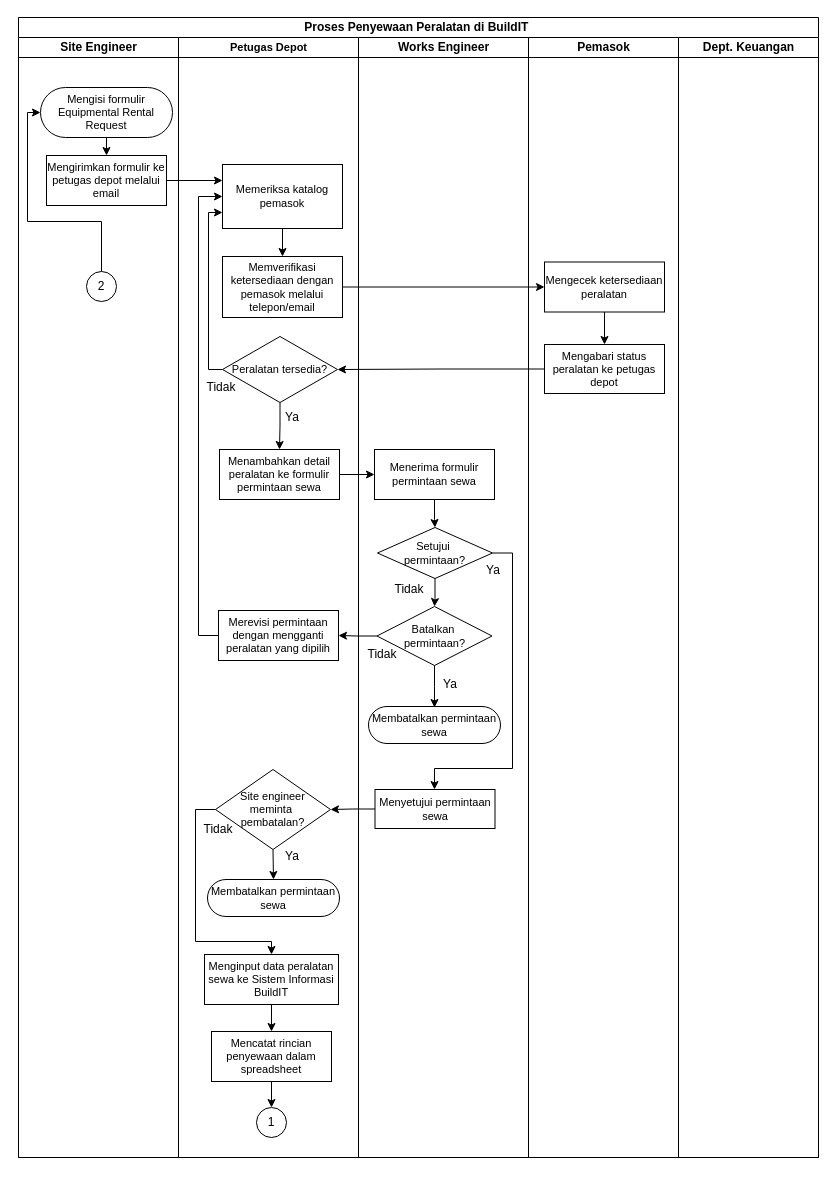
Before: page "Page-1" (1 of 3) of TI-BPM-SIPA.drawio in MHibriziF/SIPA, a draw.io diagram. Source tidied: cells renumbered, new cells numbered last; positions are measured from the earlier drawing's top-left corner, leaving out a move shared by most shapes. Both pictures are drawn from the tidied source at 100%, with x=0, y=0 at pixel (18, 17).
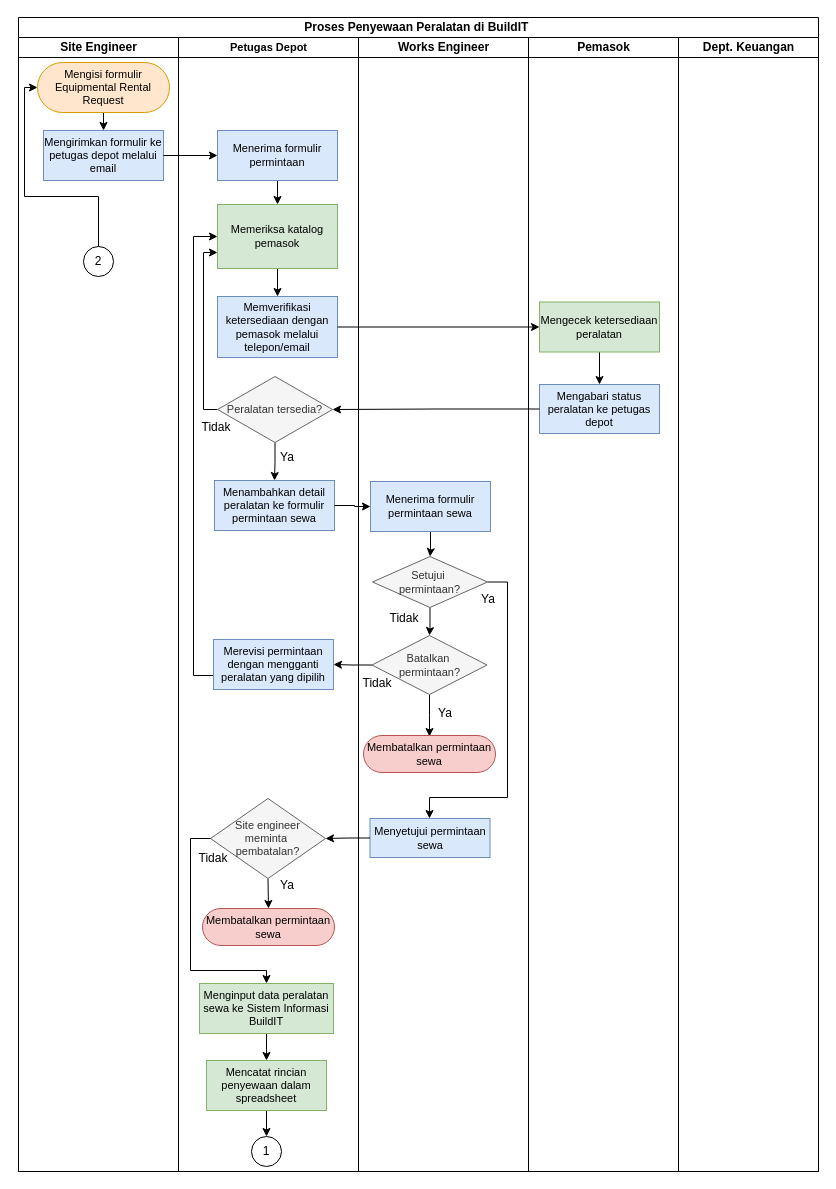
The same page after the edit.

The edit, as a diff of the source:
```diff
@@
     <mxCell id="2" value="Proses Penyewaan Peralatan di BuildIT&amp;nbsp;" style="swimlane;html=1;startSize=20;whiteSpace=wrap;gradientColor=none;" parent="1" vertex="1">
-      <mxGeometry width="800" height="1140" as="geometry" />
+      <mxGeometry width="800" height="1154" as="geometry" />
     </mxCell>
     <mxCell id="3" value="Site Engineer" style="swimlane;html=1;startSize=20;labelBorderColor=none;labelBackgroundColor=none;textShadow=0;fontColor=default;" parent="2" vertex="1">
-      <mxGeometry y="20" width="160" height="1120" as="geometry" />
+      <mxGeometry y="20" width="160" height="1134" as="geometry" />
     </mxCell>
@@
-    <mxCell id="5" value="Mengisi formulir Equipmental Rental Request" style="rounded=1;whiteSpace=wrap;html=1;arcSize=50;fontSize=11;" parent="3" vertex="1">
-      <mxGeometry x="22" y="50" width="132" height="50" as="geometry" />
+    <mxCell id="5" value="Mengisi formulir Equipmental Rental Request" style="rounded=1;whiteSpace=wrap;html=1;arcSize=50;fontSize=11;fillColor=#ffe6cc;strokeColor=#d79b00;" parent="3" vertex="1">
+      <mxGeometry x="19" y="25" width="132" height="50" as="geometry" />
     </mxCell>
-    <mxCell id="6" value="Mengirimkan formulir ke petugas depot melalui email" style="rounded=0;whiteSpace=wrap;html=1;fontSize=11;" parent="3" vertex="1">
-      <mxGeometry x="28" y="118" width="120" height="50" as="geometry" />
+    <mxCell id="6" value="Mengirimkan formulir ke petugas depot melalui email" style="rounded=0;whiteSpace=wrap;html=1;fontSize=11;fillColor=#dae8fc;strokeColor=#6c8ebf;" parent="3" vertex="1">
+      <mxGeometry x="25" y="93" width="120" height="50" as="geometry" />
     </mxCell>
     <mxCell id="7" style="edgeStyle=orthogonalEdgeStyle;rounded=0;jettySize=auto;html=1;exitX=0.5;exitY=0;exitDx=0;exitDy=0;entryX=0;entryY=0.5;entryDx=0;entryDy=0;" parent="3" edge="1" source="8" target="5">
       <mxGeometry relative="1" as="geometry">
         <Array as="points">
-          <mxPoint x="83" y="184" />
-          <mxPoint x="9" y="184" />
-          <mxPoint x="9" y="75" />
+          <mxPoint x="80" y="159" />
+          <mxPoint x="6" y="159" />
+          <mxPoint x="6" y="50" />
         </Array>
       </mxGeometry>
     </mxCell>
     <mxCell id="8" value="2" style="ellipse;whiteSpace=wrap;html=1;" parent="3" vertex="1">
-      <mxGeometry x="68" y="234" width="30" height="30" as="geometry" />
+      <mxGeometry x="65" y="209" width="30" height="30" as="geometry" />
     </mxCell>
     <mxCell id="9" value="Petugas Depot" style="swimlane;html=1;startSize=20;fontSize=11;" parent="2" vertex="1">
-      <mxGeometry x="160" y="20" width="180" height="1120" as="geometry" />
+      <mxGeometry x="160" y="20" width="180" height="1134" as="geometry" />
     </mxCell>
@@
-    <mxCell id="11" value="Memeriksa katalog pemasok " style="rounded=0;whiteSpace=wrap;html=1;fontSize=11;" parent="9" vertex="1">
-      <mxGeometry x="44" y="127" width="120" height="64" as="geometry" />
+    <mxCell id="11" value="Memeriksa katalog pemasok " style="rounded=0;whiteSpace=wrap;html=1;fontSize=11;fillColor=#d5e8d4;strokeColor=#82b366;" parent="9" vertex="1">
+      <mxGeometry x="39" y="167" width="120" height="64" as="geometry" />
     </mxCell>
-    <mxCell id="12" value="Memverifikasi ketersediaan dengan pemasok melalui telepon/email" style="rounded=0;whiteSpace=wrap;html=1;fontSize=11;" parent="9" vertex="1">
-      <mxGeometry x="44" y="219" width="120" height="61" as="geometry" />
+    <mxCell id="12" value="Memverifikasi ketersediaan dengan pemasok melalui telepon/email" style="rounded=0;whiteSpace=wrap;html=1;fontSize=11;fillColor=#dae8fc;strokeColor=#6c8ebf;" parent="9" vertex="1">
+      <mxGeometry x="39" y="259" width="120" height="61" as="geometry" />
     </mxCell>
@@
     <mxCell id="14" style="edgeStyle=orthogonalEdgeStyle;rounded=0;jettySize=auto;html=1;exitX=0;exitY=0.5;exitDx=0;exitDy=0;entryX=0;entryY=0.75;entryDx=0;entryDy=0;" parent="9" edge="1" source="15" target="11">
       <mxGeometry relative="1" as="geometry">
         <Array as="points">
-          <mxPoint x="30" y="332" />
-          <mxPoint x="30" y="175" />
+          <mxPoint x="25" y="372" />
+          <mxPoint x="25" y="215" />
         </Array>
       </mxGeometry>
     </mxCell>
-    <mxCell id="15" value="Peralatan tersedia?" style="rhombus;whiteSpace=wrap;html=1;fontSize=11;" parent="9" vertex="1">
-      <mxGeometry x="44" y="299" width="115" height="66" as="geometry" />
+    <mxCell id="15" value="Peralatan tersedia?" style="rhombus;whiteSpace=wrap;html=1;fontSize=11;fillColor=#f5f5f5;fontColor=#333333;strokeColor=#666666;" parent="9" vertex="1">
+      <mxGeometry x="39" y="339" width="115" height="66" as="geometry" />
     </mxCell>
     <mxCell id="16" value="Tidak" style="text;html=1;align=center;verticalAlign=middle;whiteSpace=wrap;rounded=0;" parent="9" vertex="1">
-      <mxGeometry x="13" y="335" width="60" height="30" as="geometry" />
+      <mxGeometry x="8" y="375" width="60" height="30" as="geometry" />
     </mxCell>
-    <mxCell id="17" value="Menambahkan detail peralatan ke formulir permintaan sewa" style="rounded=0;whiteSpace=wrap;html=1;fontSize=11;" parent="9" vertex="1">
-      <mxGeometry x="41" y="412" width="120" height="50" as="geometry" />
+    <mxCell id="17" value="Menambahkan detail peralatan ke formulir permintaan sewa" style="rounded=0;whiteSpace=wrap;html=1;fontSize=11;fillColor=#dae8fc;strokeColor=#6c8ebf;" parent="9" vertex="1">
+      <mxGeometry x="36" y="443" width="120" height="50" as="geometry" />
     </mxCell>
     <mxCell id="18" value="Ya" style="text;html=1;align=center;verticalAlign=middle;whiteSpace=wrap;rounded=0;" parent="9" vertex="1">
-      <mxGeometry x="84" y="365" width="60" height="30" as="geometry" />
+      <mxGeometry x="79" y="405" width="60" height="30" as="geometry" />
     </mxCell>
     <mxCell id="19" style="edgeStyle=orthogonalEdgeStyle;rounded=0;jettySize=auto;html=1;exitX=0;exitY=0.5;exitDx=0;exitDy=0;entryX=0;entryY=0.5;entryDx=0;entryDy=0;" parent="9" edge="1" source="20" target="11">
       <mxGeometry relative="1" as="geometry">
         <Array as="points">
-          <mxPoint x="20" y="598" />
-          <mxPoint x="20" y="159" />
+          <mxPoint x="15" y="638" />
+          <mxPoint x="15" y="199" />
         </Array>
       </mxGeometry>
     </mxCell>
-    <mxCell id="20" value="Merevisi permintaan dengan mengganti peralatan yang dipilih" style="rounded=0;whiteSpace=wrap;html=1;fontSize=11;" parent="9" vertex="1">
-      <mxGeometry x="40" y="573" width="120" height="50" as="geometry" />
+    <mxCell id="20" value="Merevisi permintaan dengan mengganti peralatan yang dipilih" style="rounded=0;whiteSpace=wrap;html=1;fontSize=11;fillColor=#dae8fc;strokeColor=#6c8ebf;" parent="9" vertex="1">
+      <mxGeometry x="35" y="602" width="120" height="50" as="geometry" />
     </mxCell>
@@
-    <mxCell id="22" value="Site engineer&lt;div&gt;meminta&amp;nbsp;&lt;/div&gt;&lt;div&gt;pembatalan?&lt;/div&gt;" style="rhombus;whiteSpace=wrap;html=1;fontSize=11;" parent="9" vertex="1">
-      <mxGeometry x="37" y="732" width="115" height="80" as="geometry" />
+    <mxCell id="22" value="Site engineer&lt;div&gt;meminta&amp;nbsp;&lt;/div&gt;&lt;div&gt;pembatalan?&lt;/div&gt;" style="rhombus;whiteSpace=wrap;html=1;fontSize=11;fillColor=#f5f5f5;fontColor=#333333;strokeColor=#666666;" parent="9" vertex="1">
+      <mxGeometry x="32" y="761" width="115" height="80" as="geometry" />
     </mxCell>
-    <mxCell id="23" value="Membatalkan permintaan sewa" style="rounded=1;whiteSpace=wrap;html=1;arcSize=50;fontSize=11;" parent="9" vertex="1">
-      <mxGeometry x="29" y="842" width="132" height="37" as="geometry" />
+    <mxCell id="23" value="Membatalkan permintaan sewa" style="rounded=1;whiteSpace=wrap;html=1;arcSize=50;fontSize=11;fillColor=#f8cecc;strokeColor=#b85450;" parent="9" vertex="1">
+      <mxGeometry x="24" y="871" width="132" height="37" as="geometry" />
     </mxCell>
@@
-    <mxCell id="25" value="Menginput data peralatan sewa ke Sistem Informasi BuildIT" style="rounded=0;whiteSpace=wrap;html=1;fontSize=11;" parent="9" vertex="1">
-      <mxGeometry x="26" y="917" width="134" height="50" as="geometry" />
+    <mxCell id="25" value="Menginput data peralatan sewa ke Sistem Informasi BuildIT" style="rounded=0;whiteSpace=wrap;html=1;fontSize=11;fillColor=#d5e8d4;strokeColor=#82b366;" parent="9" vertex="1">
+      <mxGeometry x="21" y="946" width="134" height="50" as="geometry" />
     </mxCell>
     <mxCell id="26" style="edgeStyle=orthogonalEdgeStyle;rounded=0;jettySize=auto;html=1;exitX=0;exitY=0.5;exitDx=0;exitDy=0;entryX=0.5;entryY=0;entryDx=0;entryDy=0;" parent="9" edge="1" source="22" target="25">
       <mxGeometry relative="1" as="geometry">
         <Array as="points">
-          <mxPoint x="17" y="772" />
-          <mxPoint x="17" y="904" />
-          <mxPoint x="93" y="904" />
+          <mxPoint x="12" y="801" />
+          <mxPoint x="12" y="933" />
+          <mxPoint x="88" y="933" />
         </Array>
       </mxGeometry>
     </mxCell>
     <mxCell id="27" value="Ya" style="text;html=1;align=center;verticalAlign=middle;whiteSpace=wrap;rounded=0;" parent="9" vertex="1">
-      <mxGeometry x="84" y="804" width="60" height="30" as="geometry" />
+      <mxGeometry x="79" y="833" width="60" height="30" as="geometry" />
     </mxCell>
     <mxCell id="28" value="Tidak" style="text;html=1;align=center;verticalAlign=middle;whiteSpace=wrap;rounded=0;" parent="9" vertex="1">
-      <mxGeometry x="10" y="777" width="60" height="30" as="geometry" />
+      <mxGeometry x="5" y="806" width="60" height="30" as="geometry" />
     </mxCell>
@@
-    <mxCell id="30" value="Mencatat rincian penyewaan dalam spreadsheet" style="rounded=0;whiteSpace=wrap;html=1;fontSize=11;" parent="9" vertex="1">
-      <mxGeometry x="33" y="994" width="120" height="50" as="geometry" />
+    <mxCell id="30" value="Mencatat rincian penyewaan dalam spreadsheet" style="rounded=0;whiteSpace=wrap;html=1;fontSize=11;fillColor=#d5e8d4;strokeColor=#82b366;" parent="9" vertex="1">
+      <mxGeometry x="28" y="1023" width="120" height="50" as="geometry" />
     </mxCell>
     <mxCell id="31" value="1" style="ellipse;whiteSpace=wrap;html=1;" parent="9" vertex="1">
-      <mxGeometry x="78" y="1070" width="30" height="30" as="geometry" />
+      <mxGeometry x="73" y="1099" width="30" height="30" as="geometry" />
     </mxCell>
+    <mxCell id="57" style="edgeStyle=orthogonalEdgeStyle;rounded=0;jettySize=auto;html=1;exitX=0.5;exitY=1;exitDx=0;exitDy=0;entryX=0.5;entryY=0;entryDx=0;entryDy=0;" parent="9" edge="1" source="58" target="11">
+      <mxGeometry relative="1" as="geometry" />
+    </mxCell>
+    <mxCell id="58" value="Menerima formulir permintaan" style="rounded=0;whiteSpace=wrap;html=1;fontSize=11;fillColor=#dae8fc;strokeColor=#6c8ebf;" parent="9" vertex="1">
+      <mxGeometry x="39" y="93" width="120" height="50" as="geometry" />
+    </mxCell>
     <mxCell id="32" value="Works Engineer" style="swimlane;html=1;startSize=20;" parent="2" vertex="1">
-      <mxGeometry x="340" y="20" width="170" height="1120" as="geometry" />
+      <mxGeometry x="340" y="20" width="170" height="1134" as="geometry" />
     </mxCell>
@@
-    <mxCell id="34" value="Menerima formulir permintaan sewa" style="rounded=0;whiteSpace=wrap;html=1;fontSize=11;" parent="32" vertex="1">
-      <mxGeometry x="16" y="412" width="120" height="50" as="geometry" />
+    <mxCell id="34" value="Menerima formulir permintaan sewa" style="rounded=0;whiteSpace=wrap;html=1;fontSize=11;fillColor=#dae8fc;strokeColor=#6c8ebf;" parent="32" vertex="1">
+      <mxGeometry x="12" y="444" width="120" height="50" as="geometry" />
     </mxCell>
@@
     <mxCell id="36" style="edgeStyle=orthogonalEdgeStyle;rounded=0;jettySize=auto;html=1;exitX=1;exitY=0.5;exitDx=0;exitDy=0;" parent="32" edge="1" source="37" target="43">
       <mxGeometry relative="1" as="geometry">
         <Array as="points">
-          <mxPoint x="154" y="515" />
-          <mxPoint x="154" y="731" />
-          <mxPoint x="76" y="731" />
+          <mxPoint x="149" y="544" />
+          <mxPoint x="149" y="760" />
+          <mxPoint x="71" y="760" />
         </Array>
       </mxGeometry>
     </mxCell>
-    <mxCell id="37" value="Setujui&amp;nbsp;&lt;div&gt;permintaan?&lt;/div&gt;" style="rhombus;whiteSpace=wrap;html=1;fontSize=11;" parent="32" vertex="1">
-      <mxGeometry x="19" y="490" width="115" height="51" as="geometry" />
+    <mxCell id="37" value="Setujui&amp;nbsp;&lt;div&gt;permintaan?&lt;/div&gt;" style="rhombus;whiteSpace=wrap;html=1;fontSize=11;fillColor=#f5f5f5;fontColor=#333333;strokeColor=#666666;" parent="32" vertex="1">
+      <mxGeometry x="14" y="519" width="115" height="51" as="geometry" />
     </mxCell>
     <mxCell id="38" style="edgeStyle=orthogonalEdgeStyle;rounded=0;jettySize=auto;html=1;" parent="32" edge="1" source="39">
       <mxGeometry relative="1" as="geometry">
-        <mxPoint x="76" y="670" as="targetPoint" />
+        <mxPoint x="71" y="699" as="targetPoint" />
       </mxGeometry>
     </mxCell>
-    <mxCell id="39" value="Batalkan&amp;nbsp;&lt;div&gt;permintaan?&lt;/div&gt;" style="rhombus;whiteSpace=wrap;html=1;fontSize=11;" parent="32" vertex="1">
-      <mxGeometry x="18.5" y="569" width="115" height="59" as="geometry" />
+    <mxCell id="39" value="Batalkan&amp;nbsp;&lt;div&gt;permintaan?&lt;/div&gt;" style="rhombus;whiteSpace=wrap;html=1;fontSize=11;fillColor=#f5f5f5;fontColor=#333333;strokeColor=#666666;" parent="32" vertex="1">
+      <mxGeometry x="13.5" y="598" width="115" height="59" as="geometry" />
     </mxCell>
-    <mxCell id="40" value="Membatalkan permintaan sewa" style="rounded=1;whiteSpace=wrap;html=1;arcSize=50;fontSize=11;" parent="32" vertex="1">
-      <mxGeometry x="10" y="669" width="132" height="37" as="geometry" />
+    <mxCell id="40" value="Membatalkan permintaan sewa" style="rounded=1;whiteSpace=wrap;html=1;arcSize=50;fontSize=11;fillColor=#f8cecc;strokeColor=#b85450;" parent="32" vertex="1">
+      <mxGeometry x="5" y="698" width="132" height="37" as="geometry" />
     </mxCell>
     <mxCell id="41" value="Ya" style="text;html=1;align=center;verticalAlign=middle;whiteSpace=wrap;rounded=0;" parent="32" vertex="1">
-      <mxGeometry x="62" y="632" width="60" height="30" as="geometry" />
+      <mxGeometry x="57" y="661" width="60" height="30" as="geometry" />
     </mxCell>
     <mxCell id="42" value="Tidak" style="text;html=1;align=center;verticalAlign=middle;whiteSpace=wrap;rounded=0;" parent="32" vertex="1">
-      <mxGeometry x="21" y="537" width="60" height="30" as="geometry" />
+      <mxGeometry x="16" y="566" width="60" height="30" as="geometry" />
     </mxCell>
-    <mxCell id="43" value="Menyetujui permintaan sewa" style="rounded=0;whiteSpace=wrap;html=1;fontSize=11;" parent="32" vertex="1">
-      <mxGeometry x="16.5" y="752" width="120" height="39" as="geometry" />
+    <mxCell id="43" value="Menyetujui permintaan sewa" style="rounded=0;whiteSpace=wrap;html=1;fontSize=11;fillColor=#dae8fc;strokeColor=#6c8ebf;" parent="32" vertex="1">
+      <mxGeometry x="11.5" y="781" width="120" height="39" as="geometry" />
     </mxCell>
     <mxCell id="44" value="Ya" style="text;html=1;align=center;verticalAlign=middle;whiteSpace=wrap;rounded=0;" parent="32" vertex="1">
-      <mxGeometry x="105" y="518" width="60" height="30" as="geometry" />
+      <mxGeometry x="100" y="547" width="60" height="30" as="geometry" />
     </mxCell>
     <mxCell id="45" value="Tidak" style="text;html=1;align=center;verticalAlign=middle;whiteSpace=wrap;rounded=0;" parent="32" vertex="1">
-      <mxGeometry x="-6" y="602" width="60" height="30" as="geometry" />
+      <mxGeometry x="-11" y="631" width="60" height="30" as="geometry" />
     </mxCell>
     <mxCell id="46" value="Pemasok" style="swimlane;html=1;startSize=20;" parent="2" vertex="1">
-      <mxGeometry x="510" y="20" width="150" height="1120" as="geometry" />
+      <mxGeometry x="510" y="20" width="150" height="1134" as="geometry" />
     </mxCell>
@@
-    <mxCell id="48" value="Mengecek ketersediaan peralatan" style="rounded=0;whiteSpace=wrap;html=1;fontSize=11;" parent="46" vertex="1">
-      <mxGeometry x="16" y="224.5" width="120" height="50" as="geometry" />
+    <mxCell id="48" value="Mengecek ketersediaan peralatan" style="rounded=0;whiteSpace=wrap;html=1;fontSize=11;fillColor=#d5e8d4;strokeColor=#82b366;" parent="46" vertex="1">
+      <mxGeometry x="11" y="264.5" width="120" height="50" as="geometry" />
     </mxCell>
-    <mxCell id="49" value="Mengabari status peralatan ke petugas depot" style="rounded=0;whiteSpace=wrap;html=1;fontSize=11;" parent="46" vertex="1">
-      <mxGeometry x="16" y="307" width="120" height="49" as="geometry" />
+    <mxCell id="49" value="Mengabari status peralatan ke petugas depot" style="rounded=0;whiteSpace=wrap;html=1;fontSize=11;fillColor=#dae8fc;strokeColor=#6c8ebf;" parent="46" vertex="1">
+      <mxGeometry x="11" y="347" width="120" height="49" as="geometry" />
     </mxCell>
     <mxCell id="50" value="Dept. Keuangan" style="swimlane;html=1;startSize=20;" parent="2" vertex="1">
-      <mxGeometry x="660" y="20" width="140" height="1120" as="geometry" />
+      <mxGeometry x="660" y="20" width="140" height="1134" as="geometry" />
     </mxCell>
@@
-    <mxCell id="55" style="edgeStyle=orthogonalEdgeStyle;rounded=0;jettySize=auto;html=1;exitX=1;exitY=0.5;exitDx=0;exitDy=0;entryX=0;entryY=0.25;entryDx=0;entryDy=0;" parent="2" edge="1" source="6" target="11">
+    <mxCell id="55" style="edgeStyle=orthogonalEdgeStyle;rounded=0;jettySize=auto;html=1;exitX=1;exitY=0.5;exitDx=0;exitDy=0;" parent="2" edge="1" source="6" target="58">
       <mxGeometry relative="1" as="geometry" />
     </mxCell>
```
